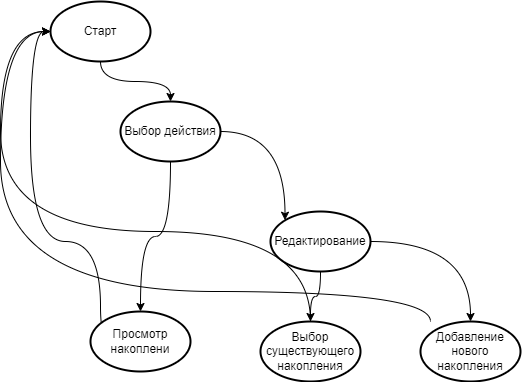
The draw.io diagram schem/state.png in mockingbird12/money_accumulate_bot, before a commit. Source tidied: cells renumbered, new cells last; positions are measured from the earlier drawing's top-left corner, leaving out a move shared by most shapes.
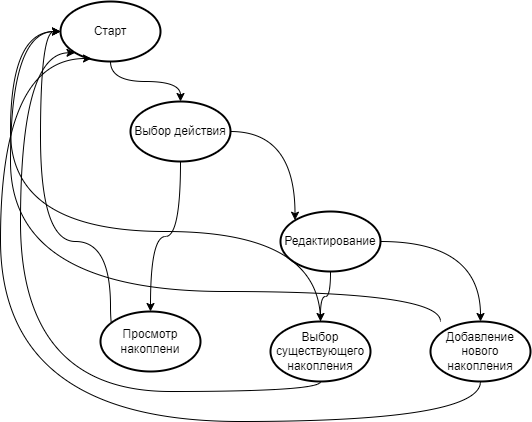
After the change.

Diff of the diagram source:
```diff
@@ -41,6 +41,15 @@
         </Array>
       </mxGeometry>
     </mxCell>
+    <mxCell id="16" style="edgeStyle=orthogonalEdgeStyle;curved=1;rounded=0;jettySize=auto;html=1;entryX=0.145;entryY=0.855;entryDx=0;entryDy=0;entryPerimeter=0;" parent="1" edge="1" source="11" target="4">
+      <mxGeometry relative="1" as="geometry">
+        <Array as="points">
+          <mxPoint x="310" y="390" />
+          <mxPoint x="10" y="390" />
+          <mxPoint x="10" y="51" />
+        </Array>
+      </mxGeometry>
+    </mxCell>
     <mxCell id="11" value="Выбор существующего накопления" style="strokeWidth=2;html=1;shape=mxgraph.flowchart.start_1;whiteSpace=wrap;" parent="1" vertex="1">
       <mxGeometry x="260" y="320" width="100" height="60" as="geometry" />
     </mxCell>
@@ -54,6 +63,15 @@
         </Array>
       </mxGeometry>
     </mxCell>
+    <mxCell id="17" style="edgeStyle=orthogonalEdgeStyle;curved=1;rounded=0;jettySize=auto;html=1;entryX=0.31;entryY=0.95;entryDx=0;entryDy=0;entryPerimeter=0;" parent="1" edge="1" source="13" target="4">
+      <mxGeometry relative="1" as="geometry">
+        <Array as="points">
+          <mxPoint x="470" y="420" />
+          <mxPoint x="-10" y="420" />
+          <mxPoint x="-10" y="57" />
+        </Array>
+      </mxGeometry>
+    </mxCell>
     <mxCell id="13" value="Добавление нового накопления" style="strokeWidth=2;html=1;shape=mxgraph.flowchart.start_1;whiteSpace=wrap;" parent="1" vertex="1">
       <mxGeometry x="420" y="320" width="100" height="60" as="geometry" />
     </mxCell>
```
